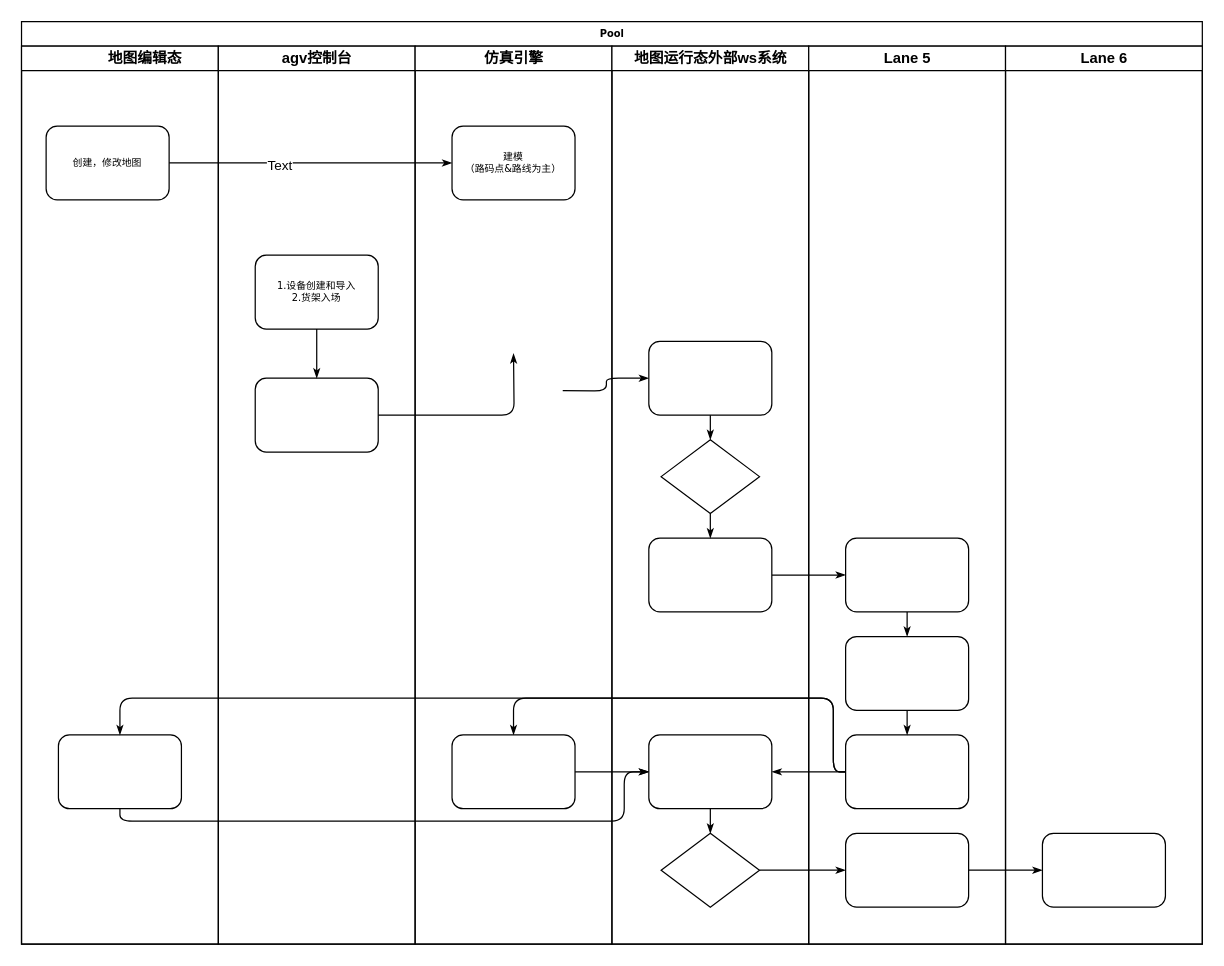
This is 未命名绘图.drawio from longwoqiankun/drawio, a draw.io file, before an edit. Source tidied: cells renumbered, new cells numbered last; positions are measured from the earlier drawing's top-left corner, leaving out a move shared by most shapes. Both pictures are drawn from the tidied source at 123%, with x=0, y=0 at pixel (21, 21).
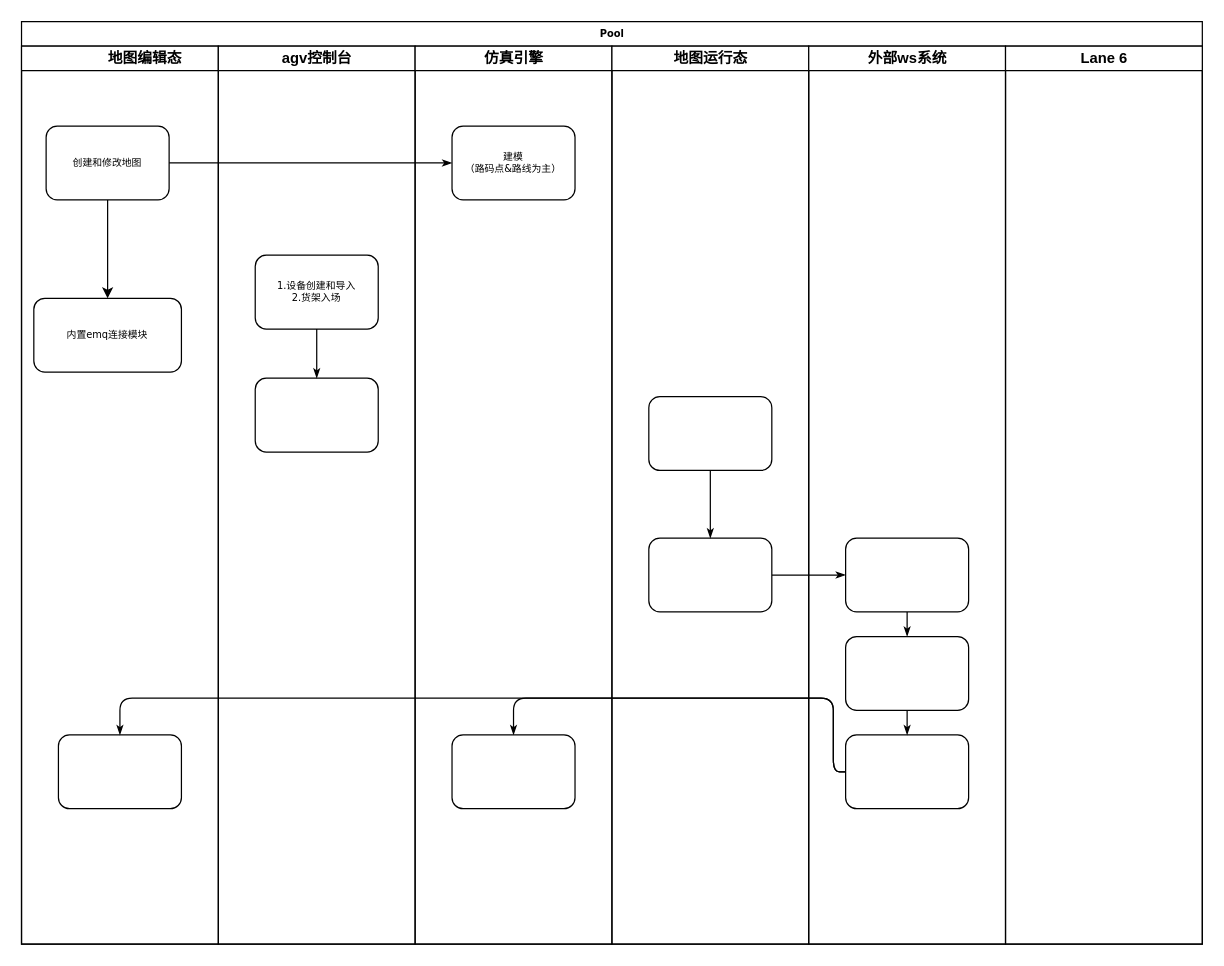
After the change.

Commit message:
仿真调试时许图.drawio

Unchanged cells that the change refers to:
```xml
<mxCell id="2" value="Pool" style="swimlane;html=1;startSize=20;rounded=0;shadow=0;labelBackgroundColor=none;strokeWidth=1;fontFamily=Verdana;fontSize=8;align=center;" parent="1" vertex="1">
  <mxGeometry width="960" height="750" as="geometry" />
</mxCell>
<mxCell id="3" value="&lt;blockquote style=&quot;margin: 0 0 0 40px; border: none; padding: 0px;&quot;&gt;地图编辑态&lt;/blockquote&gt;" style="swimlane;html=1;startSize=20;" parent="2" vertex="1">
  <mxGeometry y="20" width="160" height="730" as="geometry" />
</mxCell>
<mxCell id="5" style="rounded=1;whiteSpace=wrap;html=1;shadow=0;labelBackgroundColor=none;strokeWidth=1;fontFamily=Verdana;fontSize=8;align=center;" parent="3" vertex="1">
  <mxGeometry x="30" y="560" width="100" height="60" as="geometry" />
</mxCell>
<mxCell id="6" style="edgeStyle=orthogonalEdgeStyle;rounded=1;html=1;labelBackgroundColor=none;startArrow=none;startFill=0;startSize=5;endArrow=classicThin;endFill=1;endSize=5;jettySize=auto;strokeWidth=1;fontFamily=Verdana;fontSize=8;" parent="2" edge="1" source="4" target="24">
  <mxGeometry relative="1" as="geometry" />
</mxCell>
<mxCell id="19" style="rounded=1;whiteSpace=wrap;html=1;shadow=0;labelBackgroundColor=none;strokeWidth=1;fontFamily=Verdana;fontSize=8;align=center;" parent="17" vertex="1">
  <mxGeometry x="30" y="270" width="100" height="60" as="geometry" />
</mxCell>
<mxCell id="21" value="仿真引擎" style="swimlane;html=1;startSize=20;" parent="2" vertex="1">
  <mxGeometry x="320" y="20" width="160" height="730" as="geometry" />
</mxCell>
<mxCell id="22" style="rounded=1;whiteSpace=wrap;html=1;shadow=0;labelBackgroundColor=none;strokeWidth=1;fontFamily=Verdana;fontSize=8;align=center;" parent="21" vertex="1">
  <mxGeometry x="30" y="560" width="100" height="60" as="geometry" />
</mxCell>
<mxCell id="28" style="rounded=1;whiteSpace=wrap;html=1;shadow=0;labelBackgroundColor=none;strokeWidth=1;fontFamily=Verdana;fontSize=8;align=center;" parent="25" vertex="1">
  <mxGeometry x="30" y="400" width="100" height="60" as="geometry" />
</mxCell>
<mxCell id="37" style="rounded=1;whiteSpace=wrap;html=1;shadow=0;labelBackgroundColor=none;strokeWidth=1;fontFamily=Verdana;fontSize=8;align=center;" parent="34" vertex="1">
  <mxGeometry x="30" y="560" width="100" height="60" as="geometry" />
</mxCell>
<mxCell id="41" value="Lane 6" style="swimlane;html=1;startSize=20;" parent="2" vertex="1">
  <mxGeometry x="800" y="20" width="160" height="730" as="geometry" />
</mxCell>
```

Diff of the diagram source:
```diff
@@
+    <mxCell id="43" style="edgeStyle=orthogonalEdgeStyle;rounded=0;jettySize=auto;html=1;" parent="3" edge="1" source="4" target="44">
+      <mxGeometry relative="1" as="geometry" />
+    </mxCell>
-    <mxCell id="4" value="创建，修改地图" style="rounded=1;whiteSpace=wrap;html=1;shadow=0;labelBackgroundColor=none;strokeWidth=1;fontFamily=Verdana;fontSize=8;align=center;" parent="3" vertex="1">
+    <mxCell id="4" value="创建和修改地图" style="rounded=1;whiteSpace=wrap;html=1;shadow=0;labelBackgroundColor=none;strokeWidth=1;fontFamily=Verdana;fontSize=8;align=center;" parent="3" vertex="1">
       <mxGeometry x="20" y="65" width="100" height="60" as="geometry" />
     </mxCell>
@@
+    <mxCell id="44" value="内置emq连接模块" style="whiteSpace=wrap;html=1;fontSize=8;fontFamily=Verdana;rounded=1;shadow=0;labelBackgroundColor=none;strokeWidth=1;" parent="3" vertex="1">
+      <mxGeometry x="10" y="205" width="120" height="60" as="geometry" />
+    </mxCell>
@@
-    <mxCell id="7" value="Text" style="edgeLabel;html=1;align=center;verticalAlign=middle;" parent="6" vertex="1">
-      <mxGeometry x="-0.23" y="-1" relative="1" as="geometry" />
-    </mxCell>
-    <mxCell id="8" style="edgeStyle=orthogonalEdgeStyle;rounded=1;html=1;labelBackgroundColor=none;startArrow=none;startFill=0;startSize=5;endArrow=classicThin;endFill=1;endSize=5;jettySize=auto;strokeWidth=1;fontFamily=Verdana;fontSize=8;" parent="2" edge="1" target="26">
-      <mxGeometry relative="1" as="geometry">
-        <mxPoint x="440" y="300" as="sourcePoint" />
-      </mxGeometry>
-    </mxCell>
-    <mxCell id="9" style="edgeStyle=orthogonalEdgeStyle;rounded=1;html=1;labelBackgroundColor=none;startArrow=none;startFill=0;startSize=5;endArrow=classicThin;endFill=1;endSize=5;jettySize=auto;strokeWidth=1;fontFamily=Verdana;fontSize=8;" parent="2" edge="1" source="30" target="38">
-      <mxGeometry relative="1" as="geometry" />
-    </mxCell>
-    <mxCell id="10" style="edgeStyle=orthogonalEdgeStyle;rounded=1;html=1;labelBackgroundColor=none;startArrow=none;startFill=0;startSize=5;endArrow=classicThin;endFill=1;endSize=5;jettySize=auto;strokeWidth=1;fontFamily=Verdana;fontSize=8;" parent="2" edge="1" source="38" target="42">
-      <mxGeometry relative="1" as="geometry" />
-    </mxCell>
@@
-    <mxCell id="13" style="edgeStyle=orthogonalEdgeStyle;rounded=1;html=1;labelBackgroundColor=none;startArrow=none;startFill=0;startSize=5;endArrow=classicThin;endFill=1;endSize=5;jettySize=auto;strokeColor=#000000;strokeWidth=1;fontFamily=Verdana;fontSize=8;fontColor=#000000;" parent="2" edge="1" source="37" target="29">
-      <mxGeometry relative="1" as="geometry" />
-    </mxCell>
@@
-    <mxCell id="15" style="edgeStyle=orthogonalEdgeStyle;rounded=1;html=1;labelBackgroundColor=none;startArrow=none;startFill=0;startSize=5;endArrow=classicThin;endFill=1;endSize=5;jettySize=auto;strokeWidth=1;fontFamily=Verdana;fontSize=8;" parent="2" edge="1" source="5" target="29">
-      <mxGeometry relative="1" as="geometry">
-        <Array as="points">
-          <mxPoint x="80" y="650" />
-          <mxPoint x="490" y="650" />
-          <mxPoint x="490" y="610" />
-        </Array>
-      </mxGeometry>
-    </mxCell>
-    <mxCell id="16" style="edgeStyle=orthogonalEdgeStyle;rounded=1;html=1;labelBackgroundColor=none;startArrow=none;startFill=0;startSize=5;endArrow=classicThin;endFill=1;endSize=5;jettySize=auto;strokeWidth=1;fontFamily=Verdana;fontSize=8;" parent="2" edge="1" source="22" target="29">
-      <mxGeometry relative="1" as="geometry" />
-    </mxCell>
@@
-    <mxCell id="23" style="edgeStyle=orthogonalEdgeStyle;rounded=1;html=1;labelBackgroundColor=none;startArrow=none;startFill=0;startSize=5;endArrow=classicThin;endFill=1;endSize=5;jettySize=auto;strokeWidth=1;fontFamily=Verdana;fontSize=8;" parent="21" edge="1" source="19">
-      <mxGeometry relative="1" as="geometry">
-        <mxPoint x="80" y="250" as="targetPoint" />
-      </mxGeometry>
-    </mxCell>
@@
-    <mxCell id="25" value="地图运行态外部ws系统" style="swimlane;html=1;startSize=20;" parent="2" vertex="1">
+    <mxCell id="25" value="地图运行态" style="swimlane;html=1;startSize=20;" parent="2" vertex="1">
       <mxGeometry x="480" y="20" width="160" height="730" as="geometry" />
     </mxCell>
     <mxCell id="26" style="rounded=1;whiteSpace=wrap;html=1;shadow=0;labelBackgroundColor=none;strokeWidth=1;fontFamily=Verdana;fontSize=8;align=center;" parent="25" vertex="1">
-      <mxGeometry x="30" y="240" width="100" height="60" as="geometry" />
+      <mxGeometry x="30" y="285" width="100" height="60" as="geometry" />
     </mxCell>
-    <mxCell id="27" style="rhombus;whiteSpace=wrap;html=1;rounded=0;shadow=0;labelBackgroundColor=none;strokeWidth=1;fontFamily=Verdana;fontSize=8;align=center;" parent="25" vertex="1">
-      <mxGeometry x="40" y="320" width="80" height="60" as="geometry" />
-    </mxCell>
@@
-    <mxCell id="29" style="rounded=1;whiteSpace=wrap;html=1;shadow=0;labelBackgroundColor=none;strokeWidth=1;fontFamily=Verdana;fontSize=8;align=center;" parent="25" vertex="1">
-      <mxGeometry x="30" y="560" width="100" height="60" as="geometry" />
-    </mxCell>
-    <mxCell id="30" style="rhombus;whiteSpace=wrap;html=1;rounded=0;shadow=0;labelBackgroundColor=none;strokeWidth=1;fontFamily=Verdana;fontSize=8;align=center;" parent="25" vertex="1">
-      <mxGeometry x="40" y="640" width="80" height="60" as="geometry" />
-    </mxCell>
-    <mxCell id="31" style="edgeStyle=orthogonalEdgeStyle;rounded=1;html=1;labelBackgroundColor=none;startArrow=none;startFill=0;startSize=5;endArrow=classicThin;endFill=1;endSize=5;jettySize=auto;strokeColor=#000000;strokeWidth=1;fontFamily=Verdana;fontSize=8;fontColor=#000000;" parent="25" edge="1" source="26" target="27">
+    <mxCell id="31" style="edgeStyle=orthogonalEdgeStyle;rounded=1;html=1;labelBackgroundColor=none;startArrow=none;startFill=0;startSize=5;endArrow=classicThin;endFill=1;endSize=5;jettySize=auto;strokeColor=#000000;strokeWidth=1;fontFamily=Verdana;fontSize=8;fontColor=#000000;entryX=0.5;entryY=0;entryDx=0;entryDy=0;" parent="25" edge="1" source="26" target="28">
       <mxGeometry relative="1" as="geometry" />
     </mxCell>
-    <mxCell id="32" style="edgeStyle=orthogonalEdgeStyle;rounded=1;html=1;labelBackgroundColor=none;startArrow=none;startFill=0;startSize=5;endArrow=classicThin;endFill=1;endSize=5;jettySize=auto;strokeWidth=1;fontFamily=Verdana;fontSize=8;" parent="25" edge="1" source="27" target="28">
-      <mxGeometry relative="1" as="geometry" />
-    </mxCell>
-    <mxCell id="33" style="edgeStyle=orthogonalEdgeStyle;rounded=1;html=1;labelBackgroundColor=none;startArrow=none;startFill=0;startSize=5;endArrow=classicThin;endFill=1;endSize=5;jettySize=auto;strokeWidth=1;fontFamily=Verdana;fontSize=8;" parent="25" edge="1" source="29" target="30">
-      <mxGeometry relative="1" as="geometry" />
-    </mxCell>
-    <mxCell id="34" value="Lane 5" style="swimlane;html=1;startSize=20;" parent="2" vertex="1">
+    <mxCell id="34" value="外部ws系统" style="swimlane;html=1;startSize=20;" parent="2" vertex="1">
       <mxGeometry x="640" y="20" width="160" height="730" as="geometry" />
     </mxCell>
@@
-    <mxCell id="38" style="rounded=1;whiteSpace=wrap;html=1;shadow=0;labelBackgroundColor=none;strokeWidth=1;fontFamily=Verdana;fontSize=8;align=center;" parent="34" vertex="1">
-      <mxGeometry x="30" y="640" width="100" height="60" as="geometry" />
-    </mxCell>
@@
-    <mxCell id="42" style="rounded=1;whiteSpace=wrap;html=1;shadow=0;labelBackgroundColor=none;strokeWidth=1;fontFamily=Verdana;fontSize=8;align=center;" parent="41" vertex="1">
-      <mxGeometry x="30" y="640" width="100" height="60" as="geometry" />
-    </mxCell>
```
